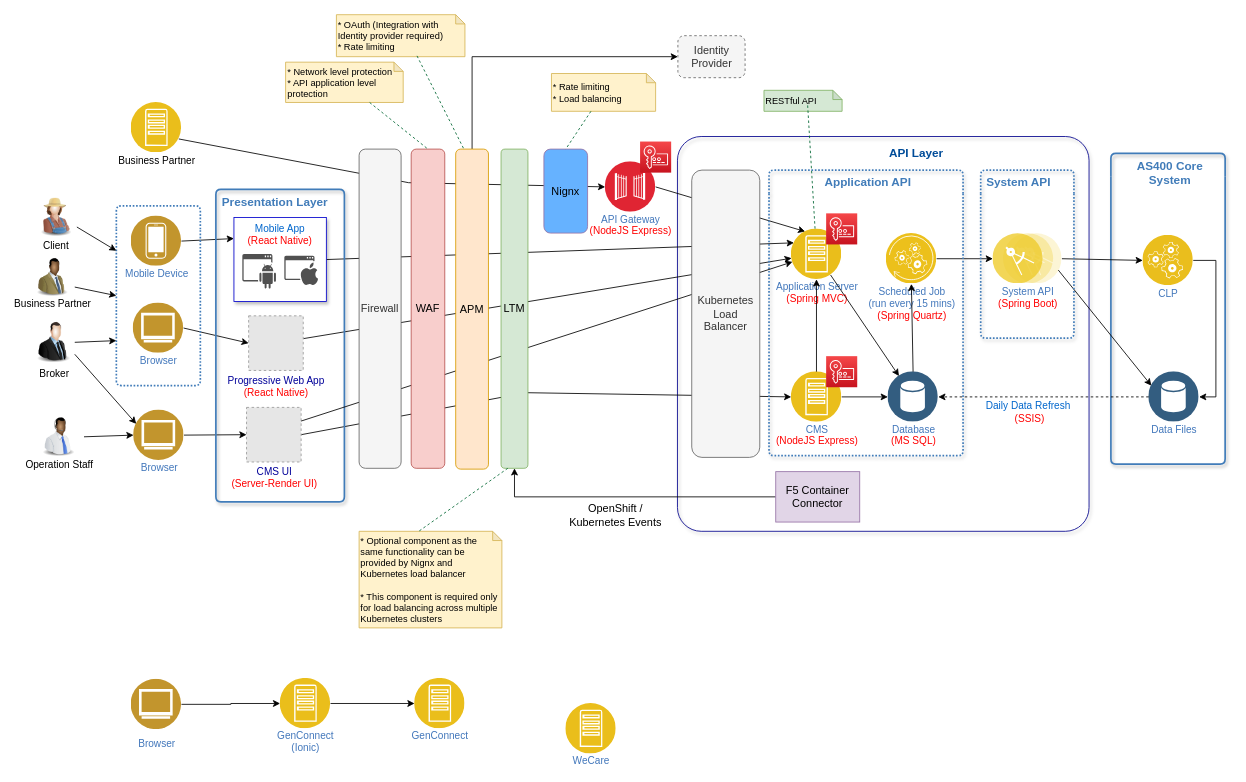
This is page "Logical Component" (1 of 2) of F5 Architecture.drawio from whalebig27/change-request-process-diagram, a draw.io file, before an edit. Source tidied: cells renumbered, new cells numbered last; positions are measured from the earlier drawing's top-left corner, leaving out a move shared by most shapes. Both pictures are drawn from the tidied source at 84%, with x=0, y=0 at pixel (30, 14). Pictures stored in the file or linked from it are replaced by grey dashed boxes.
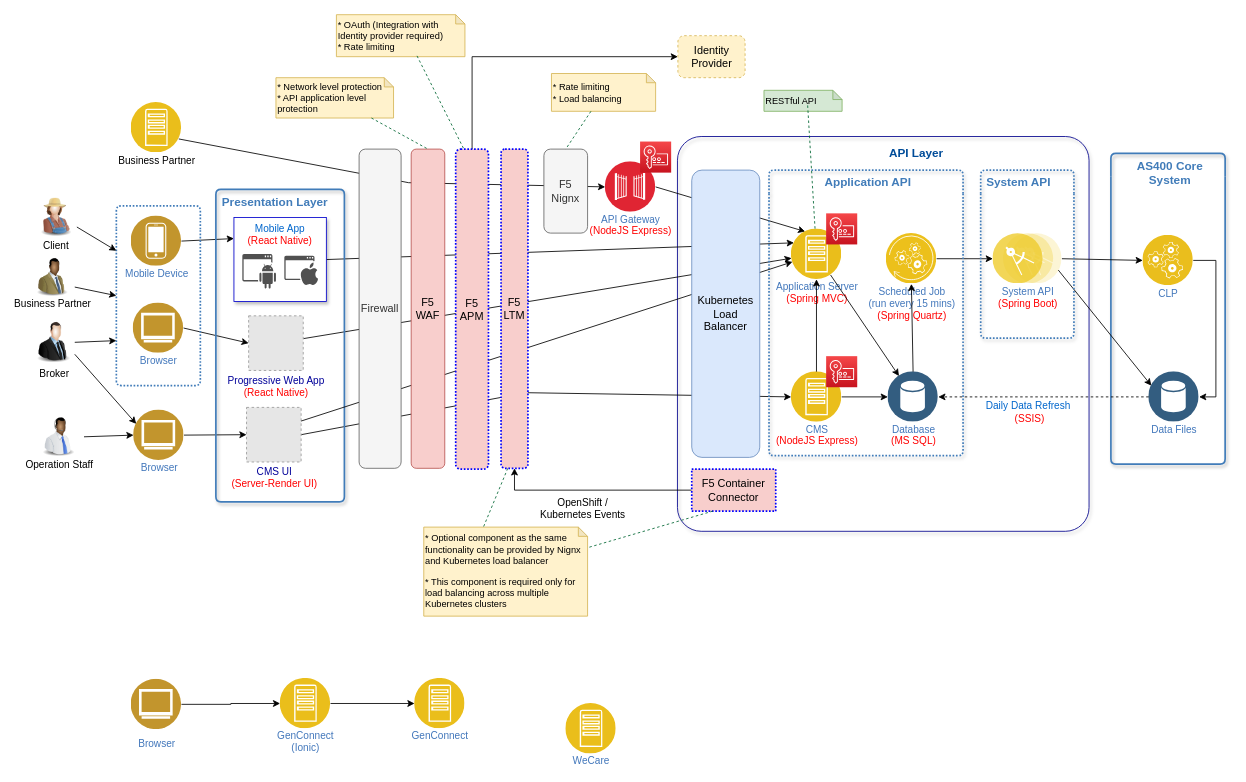
The same page after the edit.

The change refers to these unchanged cells:
```xml
<mxCell id="67" style="edgeStyle=orthogonalEdgeStyle;rounded=0;jettySize=auto;html=1;exitX=0;exitY=0.5;exitDx=0;exitDy=0;strokeColor=#000000;fontSize=13;entryX=0.5;entryY=1;entryDx=0;entryDy=0;" parent="1" edge="1" source="75" target="69">
  <mxGeometry relative="1" as="geometry" />
</mxCell>
```

Change to the diagram source:
```diff
@@
-    <mxCell id="66" value="WAF" style="rounded=1;whiteSpace=wrap;html=1;fillColor=#f8cecc;strokeColor=#b85450;fontSize=13;" parent="1" vertex="1">
+    <mxCell id="66" value="F5 WAF" style="rounded=1;whiteSpace=wrap;html=1;fillColor=#f8cecc;strokeColor=#b85450;fontSize=13;" parent="1" vertex="1">
       <mxGeometry x="453" y="160" width="40" height="380" as="geometry" />
     </mxCell>
@@
-    <mxCell id="68" value="OpenShift /&lt;br&gt;Kubernetes Events" style="text;html=1;align=center;verticalAlign=middle;labelBackgroundColor=#ffffff;fontSize=13;" parent="67" vertex="1">
+    <mxCell id="68" value="OpenShift /&lt;br style=&quot;font-size: 12px;&quot;&gt;Kubernetes Events" style="text;html=1;align=center;verticalAlign=middle;labelBackgroundColor=#ffffff;fontSize=12;" parent="67" vertex="1">
       <mxGeometry x="0.13" y="2" relative="1" as="geometry">
         <mxPoint x="3" y="19" as="offset" />
       </mxGeometry>
     </mxCell>
-    <mxCell id="69" value="LTM" style="rounded=1;whiteSpace=wrap;html=1;fillColor=#d5e8d4;strokeColor=#82b366;fontSize=13;" parent="1" vertex="1">
+    <mxCell id="69" value="F5 LTM" style="rounded=1;whiteSpace=wrap;html=1;fillColor=#f8cecc;strokeColor=#0000FF;fontSize=13;dashed=1;strokeWidth=2;dashPattern=1 1;" parent="1" vertex="1">
       <mxGeometry x="560" y="160" width="32" height="380" as="geometry" />
     </mxCell>
@@
-    <mxCell id="71" value="APM" style="rounded=1;whiteSpace=wrap;html=1;fontSize=13;fillColor=#ffe6cc;strokeColor=#d79b00;" parent="1" vertex="1">
+    <mxCell id="71" value="F5 APM" style="rounded=1;whiteSpace=wrap;html=1;fontSize=13;fillColor=#f8cecc;strokeColor=#0000FF;strokeWidth=2;dashed=1;dashPattern=1 1;" parent="1" vertex="1">
       <mxGeometry x="506" y="160" width="39" height="381" as="geometry" />
     </mxCell>
@@
-    <mxCell id="75" value="F5 Container Connector" style="rounded=0;whiteSpace=wrap;html=1;fontSize=13;fillColor=#e1d5e7;strokeColor=#9673a6;" parent="1" vertex="1">
-      <mxGeometry x="887" y="544" width="100" height="60" as="geometry" />
+    <mxCell id="75" value="F5 Container Connector" style="rounded=0;whiteSpace=wrap;html=1;fontSize=13;fillColor=#f8cecc;strokeColor=#0000FF;strokeWidth=2;dashed=1;dashPattern=1 1;" parent="1" vertex="1">
+      <mxGeometry x="787" y="541" width="100" height="50" as="geometry" />
     </mxCell>
-    <mxCell id="76" value="Identity Provider" style="rounded=1;whiteSpace=wrap;html=1;fontSize=13;fillColor=#f5f5f5;strokeColor=#666666;fontColor=#333333;dashed=1;" parent="1" vertex="1">
+    <mxCell id="76" value="Identity Provider" style="rounded=1;whiteSpace=wrap;html=1;fontSize=13;fillColor=#fff2cc;strokeColor=#d6b656;dashed=1;" parent="1" vertex="1">
       <mxGeometry x="770.5" y="25" width="80" height="50" as="geometry" />
     </mxCell>
@@
     <mxCell id="80" value="* Network level protection&lt;br&gt;* API application level protection" style="shape=note;whiteSpace=wrap;html=1;backgroundOutline=1;darkOpacity=0.05;size=11;fillColor=#fff2cc;strokeColor=#d6b656;fontSize=11;align=left;" parent="1" vertex="1">
-      <mxGeometry x="303.5" y="56.5" width="140" height="48" as="geometry" />
+      <mxGeometry x="292" y="75" width="140" height="48" as="geometry" />
     </mxCell>
@@
     <mxCell id="82" value="* Optional component as the same functionality can be provided by Nignx and Kubernetes load balancer&lt;br&gt;&lt;br&gt;* This component is required only for load balancing across multiple Kubernetes clusters" style="shape=note;whiteSpace=wrap;html=1;backgroundOutline=1;darkOpacity=0.05;size=11;fillColor=#fff2cc;strokeColor=#d6b656;fontSize=11;align=left;" parent="1" vertex="1">
-      <mxGeometry x="391" y="615" width="170" height="115" as="geometry" />
+      <mxGeometry x="468" y="610" width="195" height="106" as="geometry" />
     </mxCell>
-    <mxCell id="83" value="Nignx" style="rounded=1;whiteSpace=wrap;html=1;fillColor=#66B2FF;strokeColor=#9673a6;fontSize=13;" parent="1" vertex="1">
+    <mxCell id="83" value="F5 Nignx" style="rounded=1;whiteSpace=wrap;html=1;fillColor=#f5f5f5;strokeColor=#666666;fontSize=13;fontColor=#333333;" parent="1" vertex="1">
       <mxGeometry x="611" y="160" width="52" height="100" as="geometry" />
     </mxCell>
@@
-    <mxCell id="87" value="Kubernetes&lt;br&gt;Load Balancer" style="rounded=1;whiteSpace=wrap;html=1;fillColor=#f5f5f5;strokeColor=#666666;fontSize=13;fontColor=#333333;" parent="1" vertex="1">
+    <mxCell id="87" value="Kubernetes&lt;br&gt;Load Balancer" style="rounded=1;whiteSpace=wrap;html=1;fillColor=#dae8fc;strokeColor=#6c8ebf;fontSize=13;" parent="1" vertex="1">
       <mxGeometry x="787" y="185" width="81" height="342" as="geometry" />
     </mxCell>
+    <mxCell id="88" style="endArrow=none;dashed=1;html=1;fontSize=11;strokeColor=#006633;exitX=0.25;exitY=1;exitDx=0;exitDy=0;" parent="1" edge="1" source="75" target="82">
+      <mxGeometry relative="1" as="geometry" />
+    </mxCell>
```
